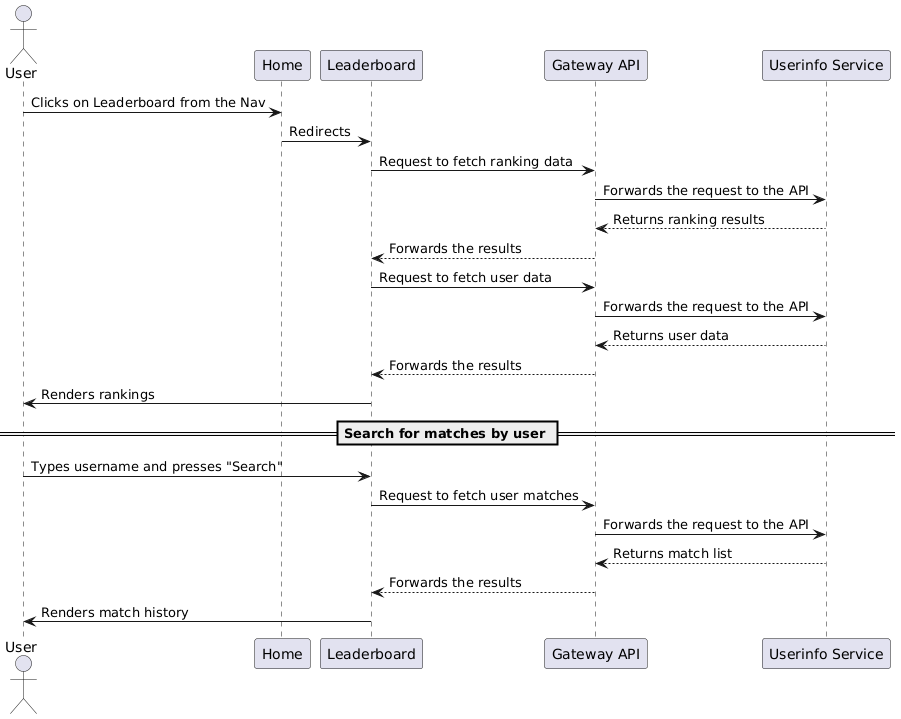
The PlantUML diagram docs/images/06-leaderboardAndSearch.png in Arquisoft/wichat_es2c, before a commit. Its diagram source:
```plantuml
@startuml
actor User
participant "Home" as Home
participant "Leaderboard" as Leaderboard
participant "Gateway API" as Gateway
participant "Userinfo Service" as UserInfo

User -> Home : Clicks on Leaderboard from the Nav
Home -> Leaderboard : Redirects

Leaderboard -> Gateway : Request to fetch ranking data
Gateway -> UserInfo : Forwards the request to the API
UserInfo --> Gateway : Returns ranking results
Gateway --> Leaderboard : Forwards the results

Leaderboard -> Gateway : Request to fetch user data
Gateway -> UserInfo : Forwards the request to the API
UserInfo --> Gateway : Returns user data
Gateway --> Leaderboard : Forwards the results
Leaderboard -> User : Renders rankings

== Search for matches by user ==
User -> Leaderboard : Types username and presses "Search"
Leaderboard -> Gateway : Request to fetch user matches
Gateway -> UserInfo : Forwards the request to the API
UserInfo --> Gateway : Returns match list
Gateway --> Leaderboard : Forwards the results
Leaderboard -> User : Renders match history
@enduml
```
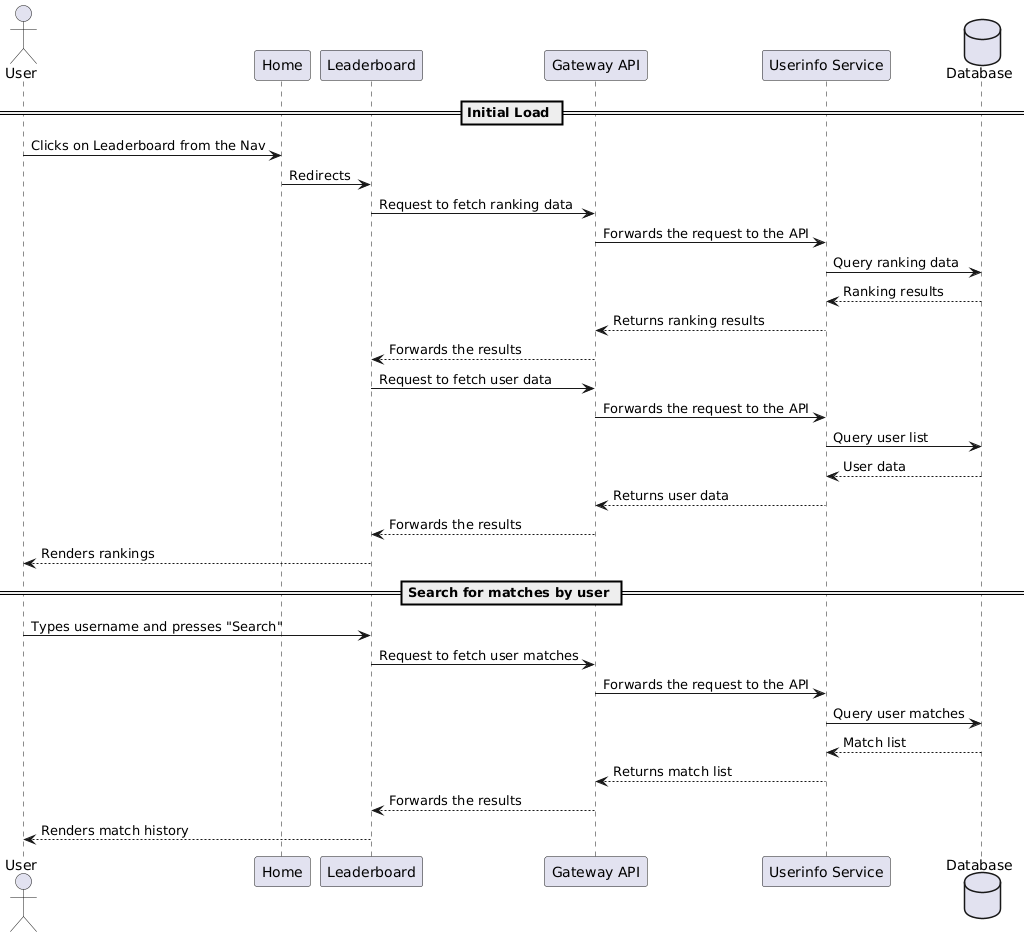
After the change.

Diff of the diagram source:
```diff
@@ -1,29 +1,38 @@
 @startuml
 actor User
-participant "Home" as Home
-participant "Leaderboard" as Leaderboard
-participant "Gateway API" as Gateway
-participant "Userinfo Service" as UserInfo
+participant Home
+participant Leaderboard
+participant "Gateway API"
+participant "Userinfo Service"
+database Database
 
+== Initial Load ==
 User -> Home : Clicks on Leaderboard from the Nav
 Home -> Leaderboard : Redirects
 
-Leaderboard -> Gateway : Request to fetch ranking data
-Gateway -> UserInfo : Forwards the request to the API
-UserInfo --> Gateway : Returns ranking results
-Gateway --> Leaderboard : Forwards the results
+Leaderboard -> "Gateway API" : Request to fetch ranking data
+"Gateway API" -> "Userinfo Service" : Forwards the request to the API
+"Userinfo Service" -> Database : Query ranking data
+Database --> "Userinfo Service" : Ranking results
+"Userinfo Service" --> "Gateway API" : Returns ranking results
+"Gateway API" --> Leaderboard : Forwards the results
 
-Leaderboard -> Gateway : Request to fetch user data
-Gateway -> UserInfo : Forwards the request to the API
-UserInfo --> Gateway : Returns user data
-Gateway --> Leaderboard : Forwards the results
-Leaderboard -> User : Renders rankings
+Leaderboard -> "Gateway API" : Request to fetch user data
+"Gateway API" -> "Userinfo Service" : Forwards the request to the API
+"Userinfo Service" -> Database : Query user list
+Database --> "Userinfo Service" : User data
+"Userinfo Service" --> "Gateway API" : Returns user data
+"Gateway API" --> Leaderboard : Forwards the results
+
+Leaderboard --> User : Renders rankings
 
 == Search for matches by user ==
 User -> Leaderboard : Types username and presses "Search"
-Leaderboard -> Gateway : Request to fetch user matches
-Gateway -> UserInfo : Forwards the request to the API
-UserInfo --> Gateway : Returns match list
-Gateway --> Leaderboard : Forwards the results
-Leaderboard -> User : Renders match history
+Leaderboard -> "Gateway API" : Request to fetch user matches
+"Gateway API" -> "Userinfo Service" : Forwards the request to the API
+"Userinfo Service" -> Database : Query user matches
+Database --> "Userinfo Service" : Match list
+"Userinfo Service" --> "Gateway API" : Returns match list
+"Gateway API" --> Leaderboard : Forwards the results
+Leaderboard --> User : Renders match history
 @enduml
```
